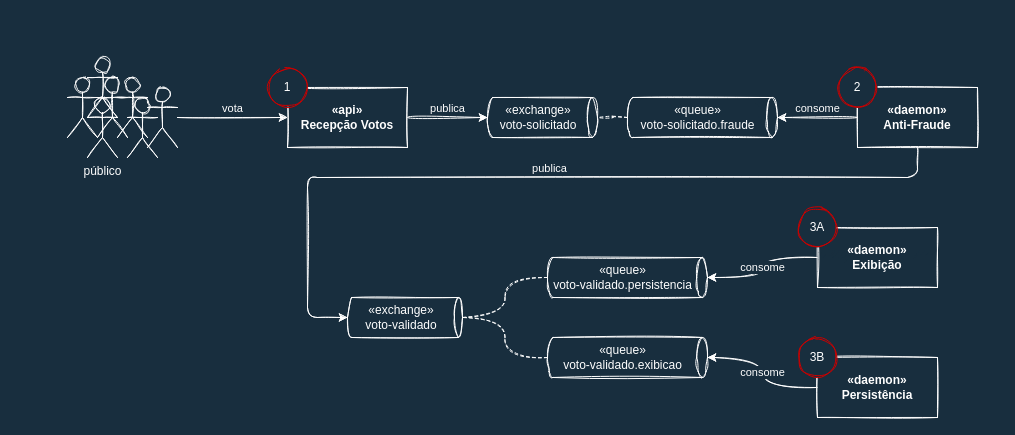
zanfranceschi/live-20220530-sistema-votacao keeps this draw.io diagram as docs/live-votacao.drawio. Above is the earlier version. Source tidied: cells renumbered, new cells numbered last; positions are measured from the earlier drawing's top-left corner, leaving out a move shared by most shapes. Both pictures are drawn from the tidied source at 100%, with x=0, y=0 at pixel (67, 57). Pictures stored in the file or linked from it are replaced by grey dashed boxes.
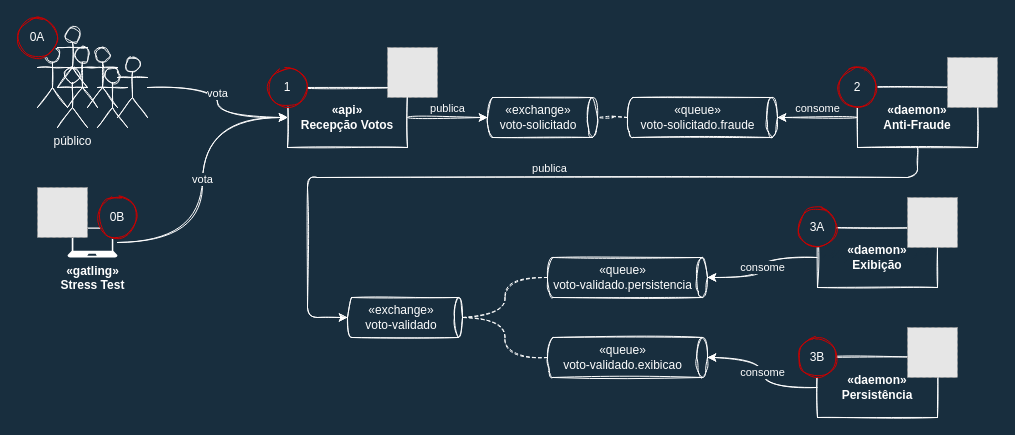
The same diagram, later.

The change refers to these unchanged cells:
```xml
<mxCell id="3" value="&lt;div&gt;«api»&lt;/div&gt;Recepção Votos" style="rounded=0;whiteSpace=wrap;html=1;sketch=1;fontColor=#FFFFFF;strokeColor=#FFFFFF;fillColor=#182E3E;fontStyle=1;" parent="1" vertex="1">
  <mxGeometry x="220" y="30" width="120" height="60" as="geometry" />
</mxCell>
```

Change to the diagram source:
```diff
@@
+    <mxCell id="25" value="vota" style="edgeStyle=orthogonalEdgeStyle;rounded=1;sketch=1;jettySize=auto;html=1;entryX=0;entryY=0.5;entryDx=0;entryDy=0;labelBackgroundColor=#182E3E;fontColor=#FFFFFF;endArrow=classic;endFill=1;strokeColor=#FFFFFF;verticalAlign=bottom;curved=1;" parent="1" edge="1" source="26" target="3">
+      <mxGeometry relative="1" as="geometry" />
+    </mxCell>
+    <mxCell id="27" value="1" style="ellipse;whiteSpace=wrap;html=1;rounded=0;sketch=1;fontColor=#FFFFFF;strokeColor=#CC0000;fillColor=#182E3E;labelBackgroundColor=#182E3E;fillStyle=solid;" parent="1" vertex="1">
+      <mxGeometry x="200" y="10" width="40" height="40" as="geometry" />
+    </mxCell>
+    <mxCell id="28" value="2" style="ellipse;whiteSpace=wrap;html=1;rounded=0;sketch=1;fontColor=#FFFFFF;strokeColor=#CC0000;fillColor=#182E3E;labelBackgroundColor=#182E3E;fillStyle=solid;" parent="1" vertex="1">
+      <mxGeometry x="770" y="10" width="40" height="40" as="geometry" />
+    </mxCell>
+    <mxCell id="29" value="3A" style="ellipse;whiteSpace=wrap;html=1;rounded=0;sketch=1;fontColor=#FFFFFF;strokeColor=#CC0000;fillColor=#182E3E;labelBackgroundColor=#182E3E;fillStyle=solid;" parent="1" vertex="1">
+      <mxGeometry x="730" y="150" width="40" height="40" as="geometry" />
+    </mxCell>
+    <mxCell id="30" value="3B" style="ellipse;whiteSpace=wrap;html=1;rounded=0;sketch=1;fontColor=#FFFFFF;strokeColor=#CC0000;fillColor=#182E3E;labelBackgroundColor=#182E3E;fillStyle=solid;" parent="1" vertex="1">
+      <mxGeometry x="730" y="280" width="40" height="40" as="geometry" />
+    </mxCell>
+    <mxCell id="31" value="vota" style="edgeStyle=orthogonalEdgeStyle;curved=1;rounded=0;jettySize=auto;html=1;entryX=0;entryY=0.5;entryDx=0;entryDy=0;strokeColor=#FFFFFF;sketch=1;labelBackgroundColor=#182E3E;fontColor=#FFFFFF;" parent="1" edge="1" source="32" target="3">
+      <mxGeometry relative="1" as="geometry" />
+    </mxCell>
+    <mxCell id="32" value="&lt;div&gt;«gatling»&lt;/div&gt;&lt;div&gt;&lt;/div&gt;Stress Test" style="sketch=0;shadow=0;dashed=0;html=1;strokeColor=none;labelPosition=center;verticalLabelPosition=bottom;verticalAlign=top;align=center;fillColor=#FFFFFF;shape=mxgraph.azure.laptop;fillStyle=auto;fontColor=#FFFFFF;fontStyle=1;" parent="1" vertex="1">
+      <mxGeometry y="170" width="50" height="30" as="geometry" />
+    </mxCell>
+    <mxCell id="33" style="group;" parent="1" vertex="1">
+      <mxGeometry x="-30" y="-30" width="110" height="100" as="geometry" />
+    </mxCell>
-    <mxCell id="19" value="público" style="shape=umlActor;verticalLabelPosition=bottom;verticalAlign=top;html=1;rounded=0;sketch=1;fontColor=#FFFFFF;strokeColor=#FFFFFF;fillColor=#182E3E;" parent="1" vertex="1">
+    <mxCell id="19" value="público" style="shape=umlActor;verticalLabelPosition=bottom;verticalAlign=top;html=1;rounded=0;sketch=1;fontColor=#FFFFFF;strokeColor=#FFFFFF;fillColor=#182E3E;" parent="33" vertex="1">
       <mxGeometry x="20" y="40" width="30" height="60" as="geometry" />
     </mxCell>
-    <mxCell id="20" style="shape=umlActor;verticalLabelPosition=bottom;verticalAlign=top;html=1;rounded=0;sketch=1;fontColor=#FFFFFF;strokeColor=#FFFFFF;fillColor=#182E3E;" parent="1" vertex="1">
+    <mxCell id="20" style="shape=umlActor;verticalLabelPosition=bottom;verticalAlign=top;html=1;rounded=0;sketch=1;fontColor=#FFFFFF;strokeColor=#FFFFFF;fillColor=#182E3E;" parent="33" vertex="1">
       <mxGeometry x="50" y="20" width="30" height="60" as="geometry" />
     </mxCell>
-    <mxCell id="21" style="shape=umlActor;verticalLabelPosition=bottom;verticalAlign=top;html=1;rounded=0;sketch=1;fontColor=#FFFFFF;strokeColor=#FFFFFF;fillColor=#182E3E;" parent="1" vertex="1">
+    <mxCell id="21" style="shape=umlActor;verticalLabelPosition=bottom;verticalAlign=top;html=1;rounded=0;sketch=1;fontColor=#FFFFFF;strokeColor=#FFFFFF;fillColor=#182E3E;" parent="33" vertex="1">
       <mxGeometry x="60" y="40" width="30" height="60" as="geometry" />
     </mxCell>
-    <mxCell id="22" style="shape=umlActor;verticalLabelPosition=bottom;verticalAlign=top;html=1;rounded=0;sketch=1;fontColor=#FFFFFF;strokeColor=#FFFFFF;fillColor=#182E3E;" parent="1" vertex="1">
+    <mxCell id="22" style="shape=umlActor;verticalLabelPosition=bottom;verticalAlign=top;html=1;rounded=0;sketch=1;fontColor=#FFFFFF;strokeColor=#FFFFFF;fillColor=#182E3E;" parent="33" vertex="1">
       <mxGeometry y="20" width="30" height="60" as="geometry" />
     </mxCell>
-    <mxCell id="23" style="shape=umlActor;verticalLabelPosition=bottom;verticalAlign=top;html=1;rounded=0;sketch=1;fontColor=#FFFFFF;strokeColor=#FFFFFF;fillColor=#182E3E;" parent="1" vertex="1">
+    <mxCell id="23" style="shape=umlActor;verticalLabelPosition=bottom;verticalAlign=top;html=1;rounded=0;sketch=1;fontColor=#FFFFFF;strokeColor=#FFFFFF;fillColor=#182E3E;" parent="33" vertex="1">
       <mxGeometry x="30" y="20" width="30" height="60" as="geometry" />
     </mxCell>
-    <mxCell id="24" style="shape=umlActor;verticalLabelPosition=bottom;verticalAlign=top;html=1;rounded=0;sketch=1;fontColor=#FFFFFF;strokeColor=#FFFFFF;fillColor=#182E3E;" parent="1" vertex="1">
+    <mxCell id="24" style="shape=umlActor;verticalLabelPosition=bottom;verticalAlign=top;html=1;rounded=0;sketch=1;fontColor=#FFFFFF;strokeColor=#FFFFFF;fillColor=#182E3E;" parent="33" vertex="1">
       <mxGeometry x="20" width="30" height="60" as="geometry" />
     </mxCell>
-    <mxCell id="25" value="vota" style="edgeStyle=orthogonalEdgeStyle;rounded=1;sketch=1;jettySize=auto;html=1;entryX=0;entryY=0.5;entryDx=0;entryDy=0;labelBackgroundColor=#182E3E;fontColor=#FFFFFF;endArrow=classic;endFill=1;strokeColor=#FFFFFF;verticalAlign=bottom;" parent="1" edge="1" source="26" target="3">
-      <mxGeometry relative="1" as="geometry" />
-    </mxCell>
-    <mxCell id="26" style="shape=umlActor;verticalLabelPosition=bottom;verticalAlign=top;html=1;outlineConnect=0;rounded=0;sketch=1;fontColor=#FFFFFF;strokeColor=#FFFFFF;fillColor=#182E3E;" parent="1" vertex="1">
+    <mxCell id="26" style="shape=umlActor;verticalLabelPosition=bottom;verticalAlign=top;html=1;outlineConnect=0;rounded=0;sketch=1;fontColor=#FFFFFF;strokeColor=#FFFFFF;fillColor=#182E3E;" parent="33" vertex="1">
       <mxGeometry x="80" y="30" width="30" height="60" as="geometry" />
     </mxCell>
-    <mxCell id="27" value="1" style="ellipse;whiteSpace=wrap;html=1;rounded=0;sketch=1;fontColor=#FFFFFF;strokeColor=#CC0000;fillColor=#182E3E;labelBackgroundColor=#182E3E;fillStyle=solid;" parent="1" vertex="1">
-      <mxGeometry x="200" y="10" width="40" height="40" as="geometry" />
-    </mxCell>
-    <mxCell id="28" value="2" style="ellipse;whiteSpace=wrap;html=1;rounded=0;sketch=1;fontColor=#FFFFFF;strokeColor=#CC0000;fillColor=#182E3E;labelBackgroundColor=#182E3E;fillStyle=solid;" parent="1" vertex="1">
-      <mxGeometry x="770" y="10" width="40" height="40" as="geometry" />
-    </mxCell>
-    <mxCell id="29" value="3A" style="ellipse;whiteSpace=wrap;html=1;rounded=0;sketch=1;fontColor=#FFFFFF;strokeColor=#CC0000;fillColor=#182E3E;labelBackgroundColor=#182E3E;fillStyle=solid;" parent="1" vertex="1">
-      <mxGeometry x="730" y="150" width="40" height="40" as="geometry" />
-    </mxCell>
-    <mxCell id="30" value="3B" style="ellipse;whiteSpace=wrap;html=1;rounded=0;sketch=1;fontColor=#FFFFFF;strokeColor=#CC0000;fillColor=#182E3E;labelBackgroundColor=#182E3E;fillStyle=solid;" parent="1" vertex="1">
-      <mxGeometry x="730" y="280" width="40" height="40" as="geometry" />
-    </mxCell>
+    <mxCell id="34" value="0A" style="ellipse;whiteSpace=wrap;html=1;rounded=0;sketch=1;fontColor=#FFFFFF;strokeColor=#CC0000;fillColor=#182E3E;labelBackgroundColor=#182E3E;fillStyle=solid;" parent="33" vertex="1">
+      <mxGeometry x="-20" y="-10" width="40" height="40" as="geometry" />
+    </mxCell>
+    <mxCell id="35" style="fillColor=#E6E6E6;strokeColor=#999999;dashed=1;verticalLabelPosition=bottom;labelBackgroundColor=#ffffff;verticalAlign=top;" parent="1" vertex="1">
+      <mxGeometry x="-30" y="130" width="50" height="50" as="geometry" />
+    </mxCell>
+    <mxCell id="36" style="fillColor=#E6E6E6;strokeColor=#999999;dashed=1;verticalLabelPosition=bottom;labelBackgroundColor=#ffffff;verticalAlign=top;" parent="1" vertex="1">
+      <mxGeometry x="320" y="-10" width="50" height="50" as="geometry" />
+    </mxCell>
+    <mxCell id="37" style="fillColor=#E6E6E6;strokeColor=#999999;dashed=1;verticalLabelPosition=bottom;labelBackgroundColor=#ffffff;verticalAlign=top;" parent="1" vertex="1">
+      <mxGeometry x="840" y="270" width="50" height="50" as="geometry" />
+    </mxCell>
+    <mxCell id="38" style="fillColor=#E6E6E6;strokeColor=#999999;dashed=1;verticalLabelPosition=bottom;labelBackgroundColor=#ffffff;verticalAlign=top;" parent="1" vertex="1">
+      <mxGeometry x="840" y="140" width="50" height="50" as="geometry" />
+    </mxCell>
+    <mxCell id="39" style="fillColor=#E6E6E6;strokeColor=#999999;dashed=1;verticalLabelPosition=bottom;labelBackgroundColor=#ffffff;verticalAlign=top;" parent="1" vertex="1">
+      <mxGeometry x="880" width="50" height="50" as="geometry" />
+    </mxCell>
+    <mxCell id="40" value="0B" style="ellipse;whiteSpace=wrap;html=1;rounded=0;sketch=1;fontColor=#FFFFFF;strokeColor=#CC0000;fillColor=#182E3E;labelBackgroundColor=#182E3E;fillStyle=solid;" parent="1" vertex="1">
+      <mxGeometry x="30" y="140" width="40" height="40" as="geometry" />
+    </mxCell>
```
